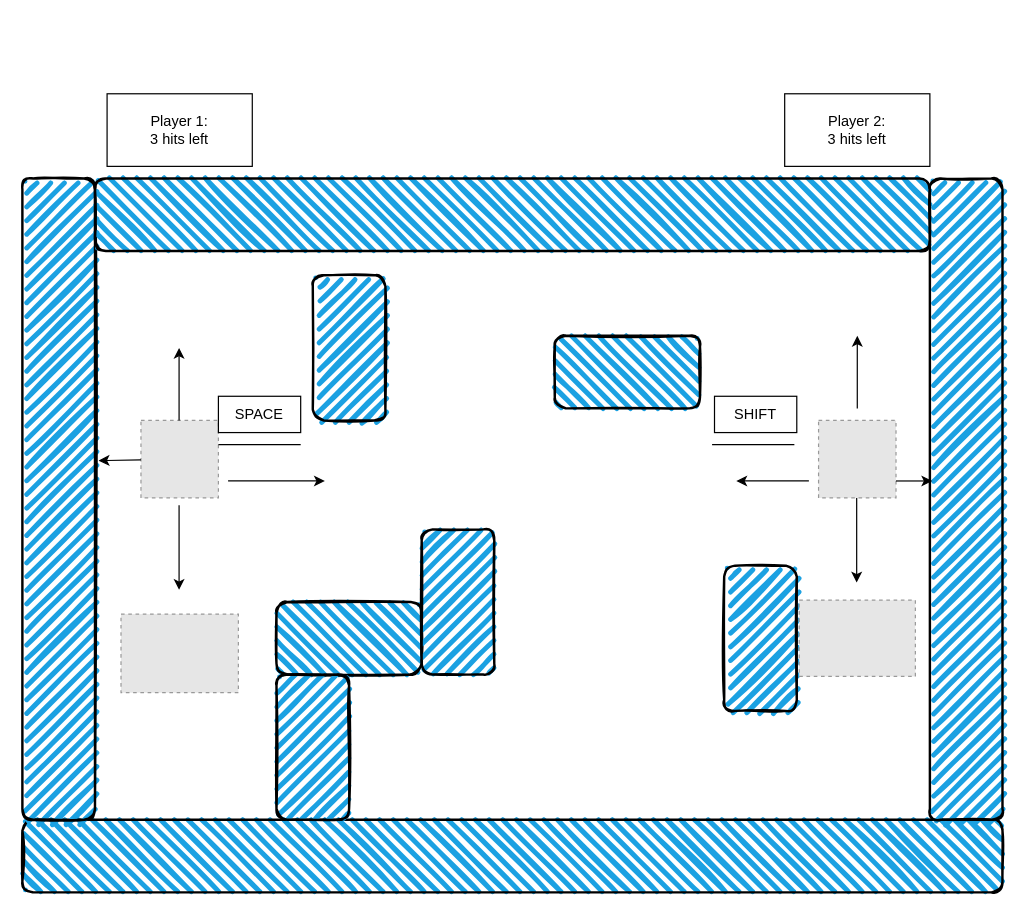
Above: Untitled Diagram.drawio in Oij13/Tank-Game (draw.io), before the change. Source tidied: cells renumbered, new cells numbered last; positions are measured from the earlier drawing's top-left corner, leaving out a move shared by most shapes. Both pictures are drawn from the tidied source at 121%, with x=0, y=0 at pixel (22, 93). Pictures stored in the file or linked from it are replaced by grey dashed boxes.
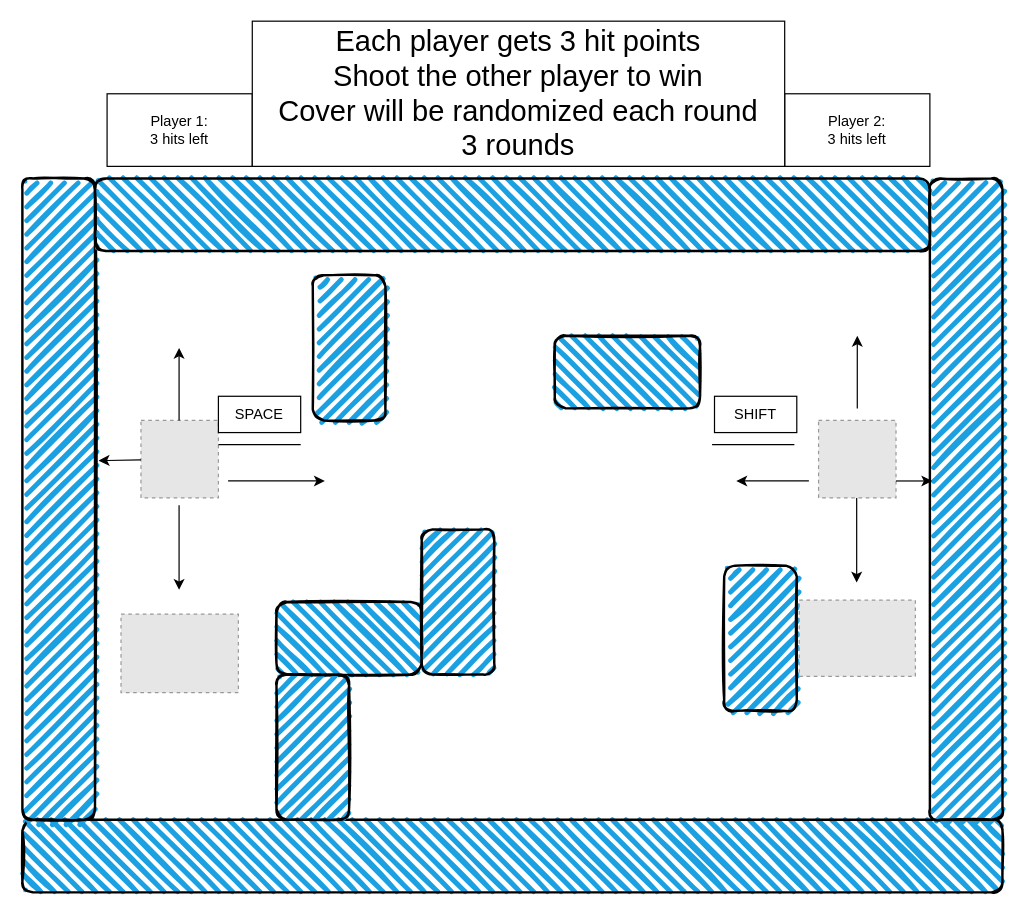
The same page after the edit.

What changed in the source:
```diff
@@
+    <mxCell id="30" value="&lt;font style=&quot;font-size: 24px;&quot;&gt;Each player gets 3 hit points&lt;/font&gt;&lt;div&gt;&lt;font style=&quot;font-size: 24px;&quot;&gt;Shoot the other player to win&lt;/font&gt;&lt;/div&gt;&lt;div&gt;&lt;font style=&quot;font-size: 24px;&quot;&gt;Cover will be randomized each round&lt;/font&gt;&lt;/div&gt;&lt;div&gt;&lt;font style=&quot;font-size: 24px;&quot;&gt;3 rounds&lt;/font&gt;&lt;/div&gt;" style="rounded=0;whiteSpace=wrap;html=1;" parent="1" vertex="1">
+      <mxGeometry x="190" y="-60" width="440" height="120" as="geometry" />
+    </mxCell>
```
